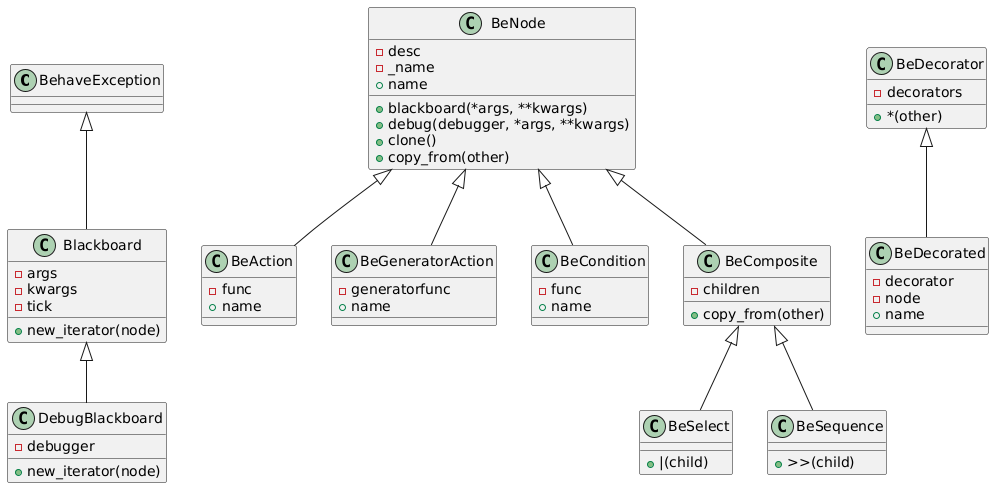
The PlantUML diagram docs/PlantUML/class.png in satishgoda/behave, before a commit. Its source is kept beside it as docs/PlantUML/class.puml.
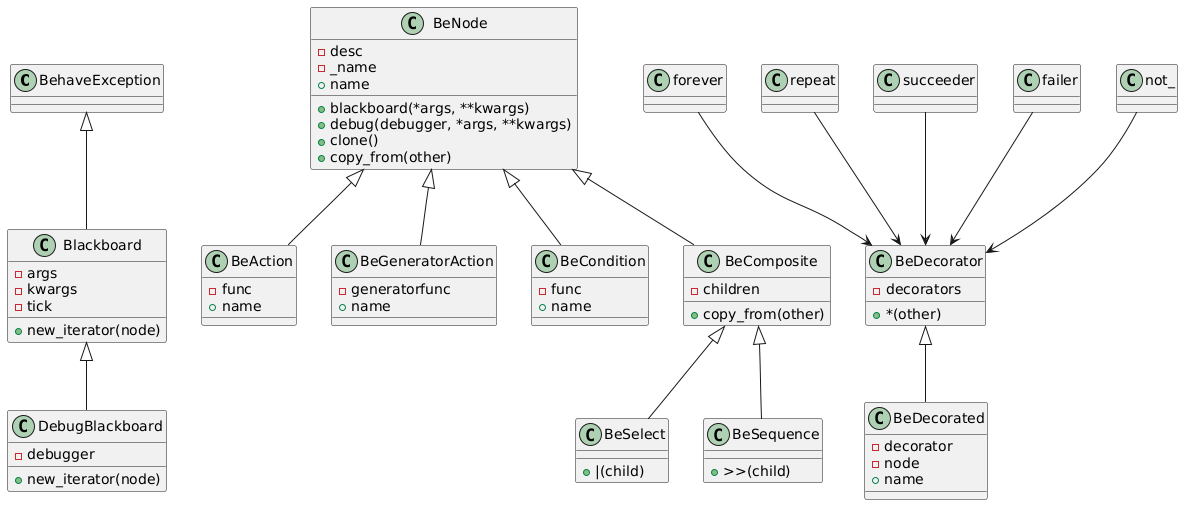
The same diagram one commit later.

Commit message:
Behave: Class diagram

What changed in the source:
```diff
@@ -62,13 +62,25 @@
     + name
 }
 
-BehaveException <|— Blackboard
-Blackboard <|— DebugBlackboard
-BeNode <|— BeAction
-BeNode <|— BeGeneratorAction
-BeNode <|— BeCondition
-BeNode <|— BeComposite
-BeComposite <|— BeSelect
-BeComposite <|— BeSequence
-BeDecorator <|— BeDecorated
+class forever
+class repeat
+class succeeder
+class failer
+class not_
+
+forever --> BeDecorator
+repeat --> BeDecorator
+succeeder --> BeDecorator
+failer --> BeDecorator
+not_ --> BeDecorator
+
+BehaveException <|-- Blackboard
+Blackboard <|-- DebugBlackboard
+BeNode <|-- BeAction
+BeNode <|-- BeGeneratorAction
+BeNode <|-- BeCondition
+BeNode <|-- BeComposite
+BeComposite <|-- BeSelect
+BeComposite <|-- BeSequence
+BeDecorator <|-- BeDecorated
 @enduml
```
